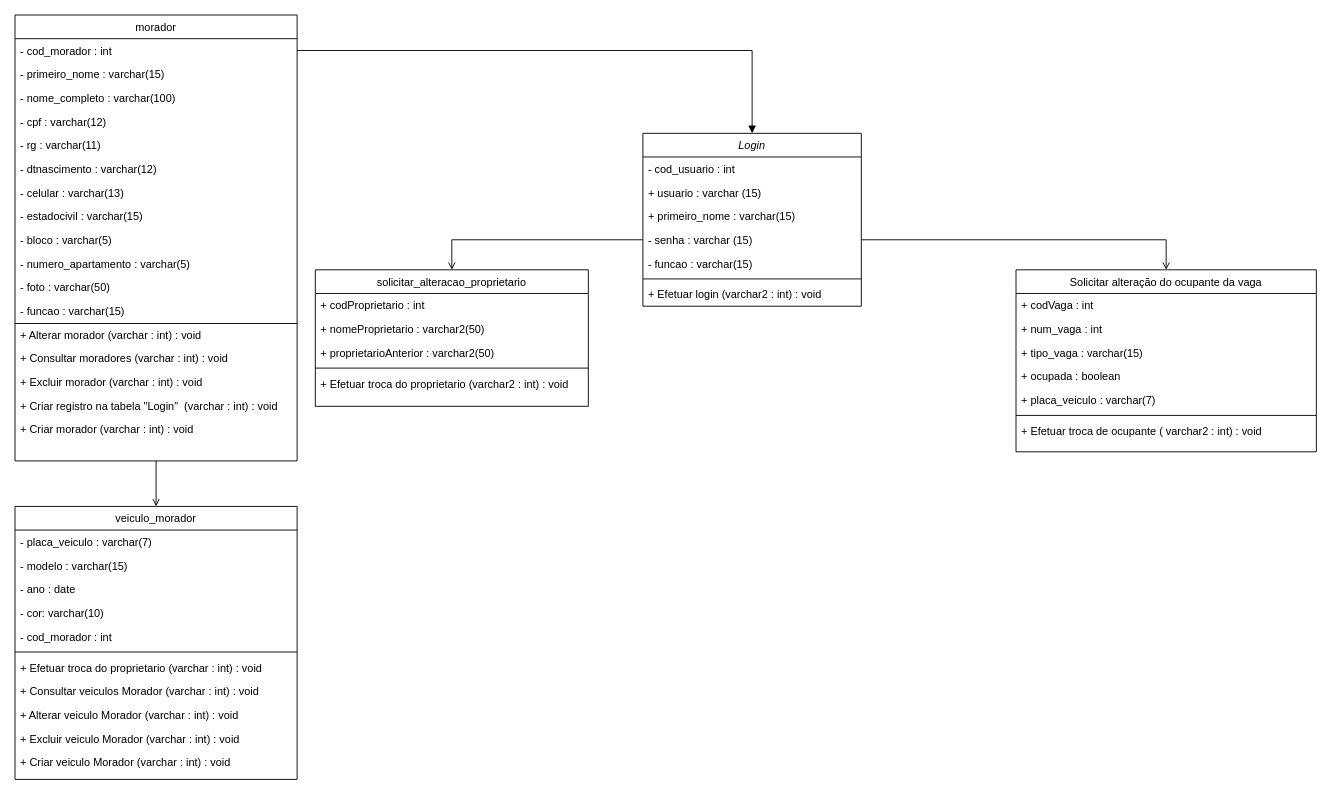
This is TCC/APS/DiagramaClasse.drawio from Ali-Dionisio/Etec, a draw.io file, before an edit. Source tidied: cells renumbered, new cells numbered last; positions are measured from the earlier drawing's top-left corner, leaving out a move shared by most shapes. Both pictures are drawn from the tidied source at 91%, with x=0, y=0 at pixel (15, 15).
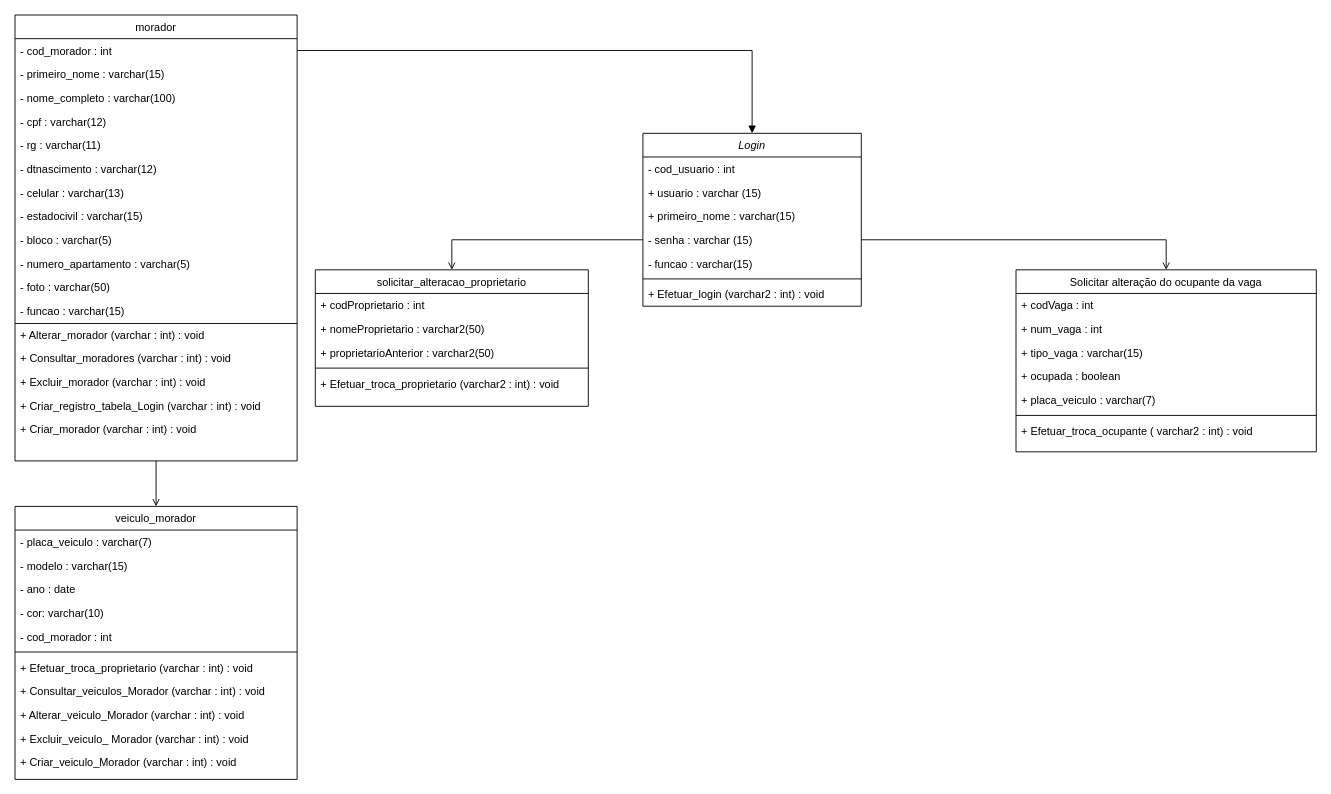
The same page after the edit.

Commit message:
DIAGRAMA_CLASSE - ATUALIZAÇÃO

Como pedido em aula, a escrita dos métodos foram modificadas retirando os espaços em braco

The change refers to these unchanged cells:
```xml
<mxCell id="2" value="Login" style="swimlane;fontStyle=2;align=center;verticalAlign=top;horizontal=1;startSize=26;rounded=0;shadow=0;strokeWidth=1;" parent="1" vertex="1">
  <mxGeometry x="690" y="130" width="240" height="190" as="geometry" />
</mxCell>
<mxCell id="10" value="solicitar_alteracao_proprietario" style="swimlane;fontStyle=0;align=center;verticalAlign=top;horizontal=1;startSize=26;rounded=0;shadow=0;strokeWidth=1;" parent="1" vertex="1">
  <mxGeometry x="330" y="280" width="300" height="150" as="geometry" />
</mxCell>
<mxCell id="17" value="morador" style="swimlane;fontStyle=0;align=center;verticalAlign=top;horizontal=1;startSize=26;rounded=0;shadow=0;strokeWidth=1;" parent="1" vertex="1">
  <mxGeometry width="310" height="490" as="geometry" />
</mxCell>
<mxCell id="36" value="Solicitar alteração do ocupante da vaga" style="swimlane;fontStyle=0;align=center;verticalAlign=top;horizontal=1;startSize=26;rounded=0;shadow=0;strokeWidth=1;" parent="1" vertex="1">
  <mxGeometry x="1100" y="280" width="330" height="200" as="geometry" />
</mxCell>
<mxCell id="47" value="veiculo_morador" style="swimlane;fontStyle=0;align=center;verticalAlign=top;horizontal=1;startSize=26;rounded=0;shadow=0;strokeWidth=1;" parent="1" vertex="1">
  <mxGeometry y="540" width="310" height="300" as="geometry" />
</mxCell>
```

The edit, as a diff of the source:
```diff
@@
-    <mxCell id="9" value="+ Efetuar login (varchar2 : int) : void" style="text;align=left;verticalAlign=top;spacingLeft=4;spacingRight=4;overflow=hidden;" parent="2" vertex="1">
+    <mxCell id="9" value="+ Efetuar_login (varchar2 : int) : void" style="text;align=left;verticalAlign=top;spacingLeft=4;spacingRight=4;overflow=hidden;" parent="2" vertex="1">
       <mxGeometry y="164" width="240" height="26" as="geometry" />
     </mxCell>
@@
-    <mxCell id="15" value="+ Efetuar troca do proprietario (varchar2 : int) : void" style="text;align=left;verticalAlign=top;spacingLeft=4;spacingRight=4;overflow=hidden;fontStyle=0;" parent="10" vertex="1">
+    <mxCell id="15" value="+ Efetuar_troca_proprietario (varchar2 : int) : void" style="text;align=left;verticalAlign=top;spacingLeft=4;spacingRight=4;overflow=hidden;fontStyle=0;" parent="10" vertex="1">
       <mxGeometry y="112" width="300" height="26" as="geometry" />
     </mxCell>
@@
-    <mxCell id="31" value="+ Alterar morador (varchar : int) : void" style="text;align=left;verticalAlign=top;spacingLeft=4;spacingRight=4;overflow=hidden;fontStyle=0;" parent="17" vertex="1">
+    <mxCell id="31" value="+ Alterar_morador (varchar : int) : void" style="text;align=left;verticalAlign=top;spacingLeft=4;spacingRight=4;overflow=hidden;fontStyle=0;" parent="17" vertex="1">
       <mxGeometry y="338" width="310" height="26" as="geometry" />
     </mxCell>
-    <mxCell id="32" value="+ Consultar moradores (varchar : int) : void" style="text;align=left;verticalAlign=top;spacingLeft=4;spacingRight=4;overflow=hidden;fontStyle=0;" parent="17" vertex="1">
+    <mxCell id="32" value="+ Consultar_moradores (varchar : int) : void" style="text;align=left;verticalAlign=top;spacingLeft=4;spacingRight=4;overflow=hidden;fontStyle=0;" parent="17" vertex="1">
       <mxGeometry y="364" width="310" height="26" as="geometry" />
     </mxCell>
-    <mxCell id="33" value="+ Excluir morador (varchar : int) : void" style="text;align=left;verticalAlign=top;spacingLeft=4;spacingRight=4;overflow=hidden;fontStyle=0;" parent="17" vertex="1">
+    <mxCell id="33" value="+ Excluir_morador (varchar : int) : void" style="text;align=left;verticalAlign=top;spacingLeft=4;spacingRight=4;overflow=hidden;fontStyle=0;" parent="17" vertex="1">
       <mxGeometry y="390" width="310" height="26" as="geometry" />
     </mxCell>
-    <mxCell id="34" value="+ Criar registro na tabela &quot;Login&quot;  (varchar : int) : void" style="text;align=left;verticalAlign=top;spacingLeft=4;spacingRight=4;overflow=hidden;fontStyle=0;" parent="17" vertex="1">
+    <mxCell id="34" value="+ Criar_registro_tabela_Login (varchar : int) : void" style="text;align=left;verticalAlign=top;spacingLeft=4;spacingRight=4;overflow=hidden;fontStyle=0;" parent="17" vertex="1">
       <mxGeometry y="416" width="310" height="26" as="geometry" />
     </mxCell>
-    <mxCell id="35" value="+ Criar morador (varchar : int) : void" style="text;align=left;verticalAlign=top;spacingLeft=4;spacingRight=4;overflow=hidden;fontStyle=0;" parent="17" vertex="1">
+    <mxCell id="35" value="+ Criar_morador (varchar : int) : void" style="text;align=left;verticalAlign=top;spacingLeft=4;spacingRight=4;overflow=hidden;fontStyle=0;" parent="17" vertex="1">
       <mxGeometry y="442" width="310" height="26" as="geometry" />
     </mxCell>
@@
-    <mxCell id="43" value="+ Efetuar troca de ocupante ( varchar2 : int) : void" style="text;align=left;verticalAlign=top;spacingLeft=4;spacingRight=4;overflow=hidden;" parent="36" vertex="1">
+    <mxCell id="43" value="+ Efetuar_troca_ocupante ( varchar2 : int) : void" style="text;align=left;verticalAlign=top;spacingLeft=4;spacingRight=4;overflow=hidden;" parent="36" vertex="1">
       <mxGeometry y="164" width="330" height="26" as="geometry" />
     </mxCell>
@@
-    <mxCell id="54" value="+ Efetuar troca do proprietario (varchar : int) : void" style="text;align=left;verticalAlign=top;spacingLeft=4;spacingRight=4;overflow=hidden;fontStyle=0;" parent="47" vertex="1">
+    <mxCell id="54" value="+ Efetuar_troca_proprietario (varchar : int) : void" style="text;align=left;verticalAlign=top;spacingLeft=4;spacingRight=4;overflow=hidden;fontStyle=0;" parent="47" vertex="1">
       <mxGeometry y="164" width="310" height="26" as="geometry" />
     </mxCell>
-    <mxCell id="55" value="+ Consultar veiculos Morador (varchar : int) : void" style="text;align=left;verticalAlign=top;spacingLeft=4;spacingRight=4;overflow=hidden;fontStyle=0;" parent="47" vertex="1">
+    <mxCell id="55" value="+ Consultar_veiculos_Morador (varchar : int) : void" style="text;align=left;verticalAlign=top;spacingLeft=4;spacingRight=4;overflow=hidden;fontStyle=0;" parent="47" vertex="1">
       <mxGeometry y="190" width="310" height="26" as="geometry" />
     </mxCell>
-    <mxCell id="56" value="+ Alterar veiculo Morador (varchar : int) : void" style="text;align=left;verticalAlign=top;spacingLeft=4;spacingRight=4;overflow=hidden;fontStyle=0;" parent="47" vertex="1">
+    <mxCell id="56" value="+ Alterar_veiculo_Morador (varchar : int) : void" style="text;align=left;verticalAlign=top;spacingLeft=4;spacingRight=4;overflow=hidden;fontStyle=0;" parent="47" vertex="1">
       <mxGeometry y="216" width="310" height="26" as="geometry" />
     </mxCell>
-    <mxCell id="57" value="+ Excluir veiculo Morador (varchar : int) : void" style="text;align=left;verticalAlign=top;spacingLeft=4;spacingRight=4;overflow=hidden;fontStyle=0;" parent="47" vertex="1">
+    <mxCell id="57" value="+ Excluir_veiculo_ Morador (varchar : int) : void" style="text;align=left;verticalAlign=top;spacingLeft=4;spacingRight=4;overflow=hidden;fontStyle=0;" parent="47" vertex="1">
       <mxGeometry y="242" width="310" height="26" as="geometry" />
     </mxCell>
-    <mxCell id="58" value="+ Criar veiculo Morador (varchar : int) : void" style="text;align=left;verticalAlign=top;spacingLeft=4;spacingRight=4;overflow=hidden;fontStyle=0;" parent="47" vertex="1">
+    <mxCell id="58" value="+ Criar_veiculo_Morador (varchar : int) : void" style="text;align=left;verticalAlign=top;spacingLeft=4;spacingRight=4;overflow=hidden;fontStyle=0;" parent="47" vertex="1">
       <mxGeometry y="268" width="310" height="26" as="geometry" />
     </mxCell>
```
